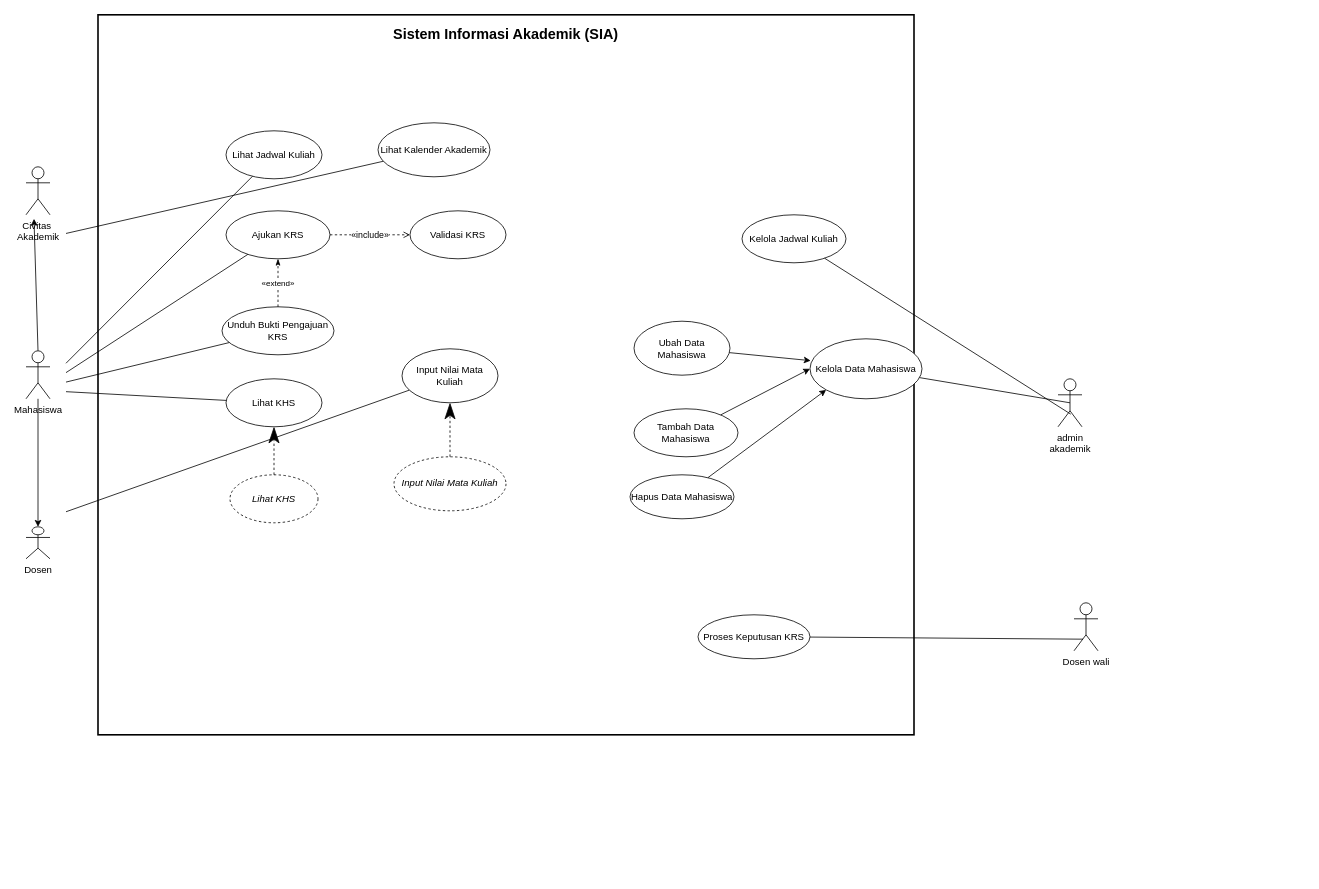
This is 03_latihan_tools/P04/SIA/P04_SIA_notasi_usecase_v01.drawio from 2406104/IFRWP5149_2406104_LabAlat, a draw.io file, before an edit. Source tidied: cells renumbered, new cells numbered last; positions are measured from the earlier drawing's top-left corner, leaving out a move shared by most shapes. Both pictures are drawn from the tidied source at 80%, with x=0, y=0 at pixel (26, 14).
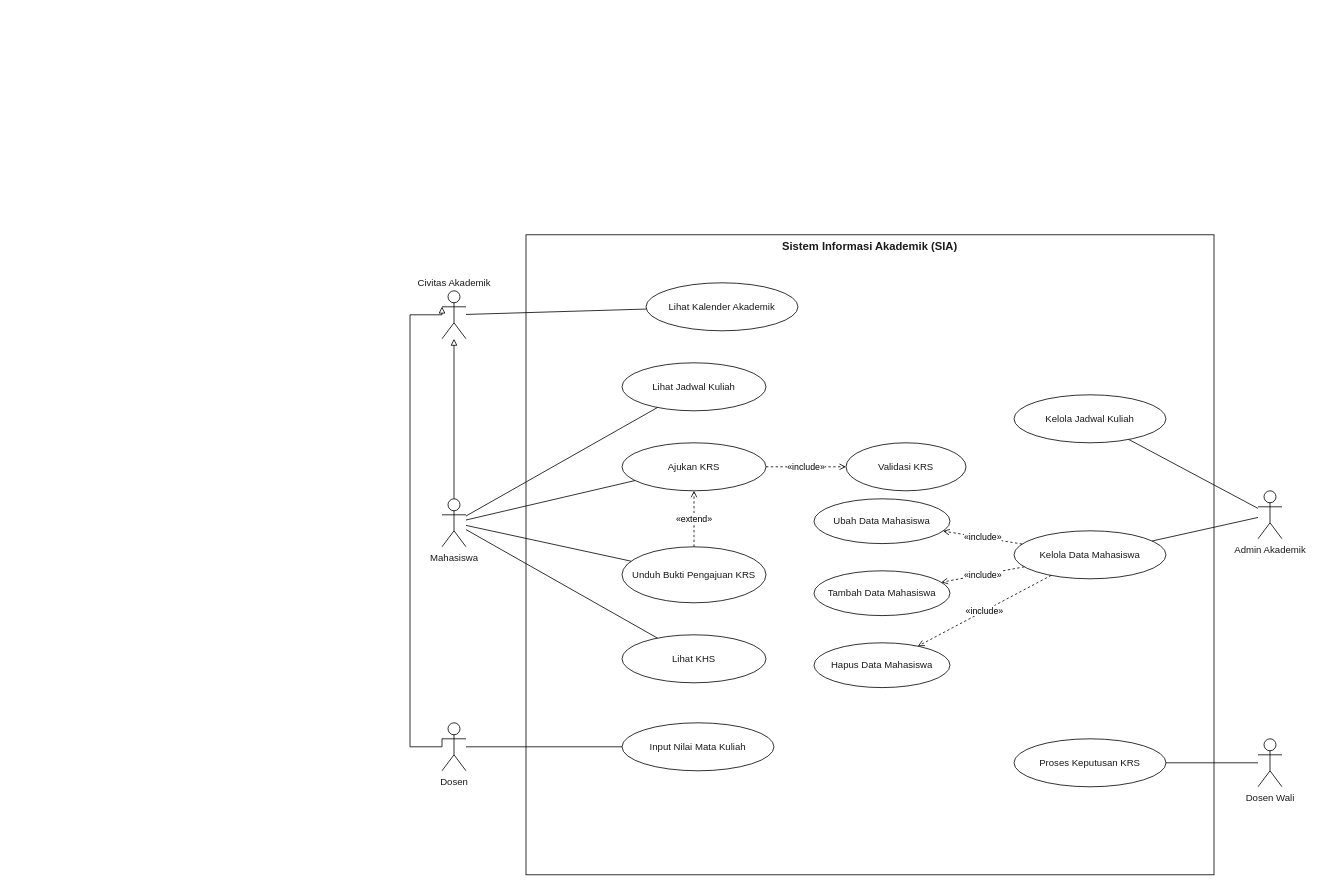
The same page after the edit.

Diff of the diagram source:
```diff
@@
-    <mxCell id="2" value="Sistem Informasi Akademik (SIA)" style="rounded=0;whiteSpace=wrap;html=1;verticalAlign=top;align=center;fontStyle=1;fontSize=18;strokeWidth=2;fillColor=none;spacingTop=8;" parent="1" vertex="1">
-      <mxGeometry x="90" width="1020" height="900" as="geometry" />
+    <mxCell id="2" value="Sistem Informasi Akademik (SIA)" style="rounded=0;whiteSpace=wrap;html=1;fillColor=none;strokeColor=#000000;verticalAlign=top;fontStyle=1;fontSize=14;fontColor=#1a1a1a;" parent="1" vertex="1">
+      <mxGeometry x="625" y="275" width="860" height="800" as="geometry" />
     </mxCell>
+    <mxCell id="32" value="Civitas Akademik" style="shape=umlActor;verticalLabelPosition=top;verticalAlign=bottom;html=1;outlineConnect=0;fontSize=12;fontColor=#1a1a1a;strokeColor=#000000;fillColor=#FFFFFF;" parent="1" vertex="1">
+      <mxGeometry x="520" y="345" width="30" height="60" as="geometry" />
+    </mxCell>
+    <mxCell id="34" value="Mahasiswa" style="shape=umlActor;verticalLabelPosition=bottom;verticalAlign=top;html=1;outlineConnect=0;fontSize=12;fontColor=#1a1a1a;strokeColor=#000000;fillColor=#FFFFFF;" parent="1" vertex="1">
+      <mxGeometry x="520" y="605" width="30" height="60" as="geometry" />
+    </mxCell>
+    <mxCell id="35" value="Dosen" style="shape=umlActor;verticalLabelPosition=bottom;verticalAlign=top;html=1;outlineConnect=0;fontSize=12;fontColor=#1a1a1a;strokeColor=#000000;fillColor=#FFFFFF;" parent="1" vertex="1">
+      <mxGeometry x="520" y="885" width="30" height="60" as="geometry" />
+    </mxCell>
+    <mxCell id="41" value="Admin Akademik" style="shape=umlActor;verticalLabelPosition=bottom;verticalAlign=top;html=1;outlineConnect=0;fontSize=12;fontColor=#1a1a1a;strokeColor=#000000;fillColor=#FFFFFF;" parent="1" vertex="1">
+      <mxGeometry x="1540" y="595" width="30" height="60" as="geometry" />
+    </mxCell>
+    <mxCell id="42" value="Dosen Wali" style="shape=umlActor;verticalLabelPosition=bottom;verticalAlign=top;html=1;outlineConnect=0;fontSize=12;fontColor=#1a1a1a;strokeColor=#000000;fillColor=#FFFFFF;" parent="1" vertex="1">
+      <mxGeometry x="1540" y="905" width="30" height="60" as="geometry" />
+    </mxCell>
+    <mxCell id="9" value="Lihat Kalender Akademik" style="ellipse;whiteSpace=wrap;html=1;fillColor=#FFFFFF;strokeColor=#000000;fontSize=12;fontColor=#1a1a1a;" parent="1" vertex="1">
+      <mxGeometry x="775" y="335" width="190" height="60" as="geometry" />
+    </mxCell>
-    <mxCell id="3" value="Lihat Jadwal Kuliah" style="ellipse;whiteSpace=wrap;html=1;fontSize=12;" parent="1" vertex="1">
-      <mxGeometry x="250" y="145" width="120" height="60" as="geometry" />
+    <mxCell id="3" value="Lihat Jadwal Kuliah" style="ellipse;whiteSpace=wrap;html=1;fillColor=#FFFFFF;strokeColor=#000000;fontSize=12;fontColor=#1a1a1a;" parent="1" vertex="1">
+      <mxGeometry x="745" y="435" width="180" height="60" as="geometry" />
     </mxCell>
-    <mxCell id="4" value="Kelola Jadwal Kuliah" style="ellipse;whiteSpace=wrap;html=1;fontSize=12;" parent="1" vertex="1">
-      <mxGeometry x="895" y="250" width="130" height="60" as="geometry" />
-    </mxCell>
-    <mxCell id="5" value="Ajukan KRS" style="ellipse;whiteSpace=wrap;html=1;fontSize=12;" parent="1" vertex="1">
-      <mxGeometry x="250" y="245" width="130" height="60" as="geometry" />
+    <mxCell id="5" value="Ajukan KRS" style="ellipse;whiteSpace=wrap;html=1;fillColor=#FFFFFF;strokeColor=#000000;fontSize=12;fontColor=#1a1a1a;" parent="1" vertex="1">
+      <mxGeometry x="745" y="535" width="180" height="60" as="geometry" />
     </mxCell>
-    <mxCell id="6" value="Validasi KRS" style="ellipse;whiteSpace=wrap;html=1;fontSize=12;" parent="1" vertex="1">
-      <mxGeometry x="480" y="245" width="120" height="60" as="geometry" />
+    <mxCell id="6" value="Validasi KRS" style="ellipse;whiteSpace=wrap;html=1;fillColor=#FFFFFF;strokeColor=#000000;fontSize=12;fontColor=#1a1a1a;" parent="1" vertex="1">
+      <mxGeometry x="1025" y="535" width="150" height="60" as="geometry" />
     </mxCell>
-    <mxCell id="7" value="Unduh Bukti Pengajuan KRS" style="ellipse;whiteSpace=wrap;html=1;fontSize=12;" parent="1" vertex="1">
-      <mxGeometry x="245" y="365" width="140" height="60" as="geometry" />
+    <mxCell id="7" value="Unduh Bukti Pengajuan KRS" style="ellipse;whiteSpace=wrap;html=1;fillColor=#FFFFFF;strokeColor=#000000;fontSize=12;fontColor=#1a1a1a;" parent="1" vertex="1">
+      <mxGeometry x="745" y="665" width="180" height="70" as="geometry" />
     </mxCell>
+    <mxCell id="43" value="Lihat KHS" style="ellipse;whiteSpace=wrap;html=1;fillColor=#FFFFFF;strokeColor=#000000;fontSize=12;fontColor=#1a1a1a;" parent="1" vertex="1">
+      <mxGeometry x="745" y="775" width="180" height="60" as="geometry" />
+    </mxCell>
+    <mxCell id="44" value="Input Nilai Mata Kuliah" style="ellipse;whiteSpace=wrap;html=1;fillColor=#FFFFFF;strokeColor=#000000;fontSize=12;fontColor=#1a1a1a;" parent="1" vertex="1">
+      <mxGeometry x="745" y="885" width="190" height="60" as="geometry" />
+    </mxCell>
+    <mxCell id="4" value="Kelola Jadwal Kuliah" style="ellipse;whiteSpace=wrap;html=1;fillColor=#FFFFFF;strokeColor=#000000;fontSize=12;fontColor=#1a1a1a;" parent="1" vertex="1">
+      <mxGeometry x="1235" y="475" width="190" height="60" as="geometry" />
+    </mxCell>
+    <mxCell id="12" value="Kelola Data Mahasiswa" style="ellipse;whiteSpace=wrap;html=1;fillColor=#FFFFFF;strokeColor=#000000;fontSize=12;fontColor=#1a1a1a;" parent="1" vertex="1">
+      <mxGeometry x="1235" y="645" width="190" height="60" as="geometry" />
+    </mxCell>
+    <mxCell id="15" value="Ubah Data Mahasiswa" style="ellipse;whiteSpace=wrap;html=1;fillColor=#FFFFFF;strokeColor=#000000;fontSize=12;fontColor=#1a1a1a;" parent="1" vertex="1">
+      <mxGeometry x="985" y="605" width="170" height="56" as="geometry" />
+    </mxCell>
+    <mxCell id="14" value="Tambah Data Mahasiswa" style="ellipse;whiteSpace=wrap;html=1;fillColor=#FFFFFF;strokeColor=#000000;fontSize=12;fontColor=#1a1a1a;" parent="1" vertex="1">
+      <mxGeometry x="985" y="695" width="170" height="56" as="geometry" />
+    </mxCell>
+    <mxCell id="17" value="Hapus Data Mahasiswa" style="ellipse;whiteSpace=wrap;html=1;fillColor=#FFFFFF;strokeColor=#000000;fontSize=12;fontColor=#1a1a1a;" parent="1" vertex="1">
+      <mxGeometry x="985" y="785" width="170" height="56" as="geometry" />
+    </mxCell>
-    <mxCell id="8" value="Proses Keputusan KRS" style="ellipse;whiteSpace=wrap;html=1;fontSize=12;" parent="1" vertex="1">
-      <mxGeometry x="840" y="750" width="140" height="55" as="geometry" />
+    <mxCell id="8" value="Proses Keputusan KRS" style="ellipse;whiteSpace=wrap;html=1;fillColor=#FFFFFF;strokeColor=#000000;fontSize=12;fontColor=#1a1a1a;" parent="1" vertex="1">
+      <mxGeometry x="1235" y="905" width="190" height="60" as="geometry" />
     </mxCell>
-    <mxCell id="9" value="Lihat Kalender Akademik" style="ellipse;whiteSpace=wrap;html=1;fontSize=12;" parent="1" vertex="1">
-      <mxGeometry x="440" y="135" width="140" height="67.5" as="geometry" />
-    </mxCell>
-    <mxCell id="10" value="Input Nilai Mata Kuliah" style="ellipse;whiteSpace=wrap;html=1;fontSize=12;" parent="1" vertex="1">
-      <mxGeometry x="470" y="417.5" width="120" height="67.5" as="geometry" />
-    </mxCell>
-    <mxCell id="11" value="Lihat KHS" style="ellipse;whiteSpace=wrap;html=1;fontSize=12;" parent="1" vertex="1">
-      <mxGeometry x="250" y="455" width="120" height="60" as="geometry" />
-    </mxCell>
-    <mxCell id="12" value="Kelola Data Mahasiswa" style="ellipse;whiteSpace=wrap;html=1;fontSize=12;" parent="1" vertex="1">
-      <mxGeometry x="980" y="405" width="140" height="75" as="geometry" />
-    </mxCell>
-    <mxCell id="13" style="edgeStyle=none;html=1;entryX=0;entryY=0.5;entryDx=0;entryDy=0;" parent="1" edge="1" source="14" target="12">
-      <mxGeometry relative="1" as="geometry" />
-    </mxCell>
-    <mxCell id="14" value="Tambah Data Mahasiswa" style="ellipse;whiteSpace=wrap;html=1;fontSize=12;" parent="1" vertex="1">
-      <mxGeometry x="760" y="492.5" width="130" height="60" as="geometry" />
-    </mxCell>
-    <mxCell id="15" value="Ubah Data Mahasiswa" style="ellipse;whiteSpace=wrap;html=1;fontSize=12;" parent="1" vertex="1">
-      <mxGeometry x="760" y="383" width="120" height="67.5" as="geometry" />
-    </mxCell>
-    <mxCell id="16" style="edgeStyle=none;html=1;entryX=0;entryY=1;entryDx=0;entryDy=0;" parent="1" edge="1" source="17" target="12">
-      <mxGeometry relative="1" as="geometry" />
-    </mxCell>
-    <mxCell id="17" value="Hapus Data Mahasiswa" style="ellipse;whiteSpace=wrap;html=1;fontSize=12;" parent="1" vertex="1">
-      <mxGeometry x="755" y="575" width="130" height="55" as="geometry" />
-    </mxCell>
-    <mxCell id="18" value="Input Nilai Mata Kuliah" style="ellipse;dashed=1;whiteSpace=wrap;html=1;fontStyle=2;fontSize=12;" parent="1" vertex="1">
-      <mxGeometry x="460" y="552.5" width="140" height="67.5" as="geometry" />
-    </mxCell>
-    <mxCell id="19" value="Lihat KHS" style="ellipse;dashed=1;whiteSpace=wrap;html=1;fontStyle=2;fontSize=12;" parent="1" vertex="1">
-      <mxGeometry x="255" y="575" width="110" height="60" as="geometry" />
-    </mxCell>
-    <mxCell id="20" style="endArrow=none;startArrow=none;html=1;" parent="1" edge="1" target="3">
-      <mxGeometry relative="1" as="geometry">
-        <mxPoint x="50" y="435.6" as="sourcePoint" />
-      </mxGeometry>
-    </mxCell>
-    <mxCell id="21" style="endArrow=none;startArrow=none;html=1;exitX=0.53;exitY=0.736;exitDx=0;exitDy=0;exitPerimeter=0;" parent="1" edge="1" source="38" target="4">
-      <mxGeometry relative="1" as="geometry" />
-    </mxCell>
-    <mxCell id="22" style="endArrow=none;startArrow=none;html=1;" parent="1" edge="1" target="5">
-      <mxGeometry relative="1" as="geometry">
-        <mxPoint x="50" y="447.3" as="sourcePoint" />
-      </mxGeometry>
-    </mxCell>
-    <mxCell id="23" style="endArrow=none;startArrow=none;html=1;" parent="1" edge="1" source="7">
-      <mxGeometry relative="1" as="geometry">
-        <mxPoint x="50" y="459.1" as="targetPoint" />
-      </mxGeometry>
-    </mxCell>
-    <mxCell id="24" style="endArrow=none;startArrow=none;html=1;" parent="1" edge="1" target="9">
-      <mxGeometry relative="1" as="geometry">
-        <mxPoint x="50" y="273.3" as="sourcePoint" />
-      </mxGeometry>
-    </mxCell>
-    <mxCell id="25" style="endArrow=none;startArrow=none;html=1;" parent="1" edge="1" target="10">
-      <mxGeometry relative="1" as="geometry">
-        <mxPoint x="50" y="621.2" as="sourcePoint" />
-      </mxGeometry>
-    </mxCell>
-    <mxCell id="26" style="endArrow=none;startArrow=none;html=1;" parent="1" edge="1" target="11">
-      <mxGeometry relative="1" as="geometry">
-        <mxPoint x="50" y="471.1" as="sourcePoint" />
-      </mxGeometry>
-    </mxCell>
-    <mxCell id="27" style="endArrow=none;startArrow=none;html=1;exitX=0.5;exitY=0.5;exitDx=0;exitDy=0;exitPerimeter=0;" parent="1" edge="1" source="38" target="12">
-      <mxGeometry relative="1" as="geometry" />
-    </mxCell>
+    <mxCell id="45" style="edgeStyle=none;html=1;endArrow=none;strokeColor=#000000;" parent="1" edge="1" source="32" target="9">
+      <mxGeometry relative="1" as="geometry" />
+    </mxCell>
+    <mxCell id="46" style="edgeStyle=none;html=1;endArrow=none;strokeColor=#000000;" parent="1" edge="1" source="34" target="3">
+      <mxGeometry relative="1" as="geometry" />
+    </mxCell>
+    <mxCell id="47" style="edgeStyle=none;html=1;endArrow=none;strokeColor=#000000;" parent="1" edge="1" source="34" target="5">
+      <mxGeometry relative="1" as="geometry" />
+    </mxCell>
+    <mxCell id="48" style="edgeStyle=none;html=1;endArrow=none;strokeColor=#000000;" parent="1" edge="1" source="34" target="7">
+      <mxGeometry relative="1" as="geometry" />
+    </mxCell>
+    <mxCell id="49" style="edgeStyle=none;html=1;endArrow=none;strokeColor=#000000;" parent="1" edge="1" source="34" target="43">
+      <mxGeometry relative="1" as="geometry" />
+    </mxCell>
+    <mxCell id="50" style="edgeStyle=none;html=1;endArrow=none;strokeColor=#000000;" parent="1" edge="1" source="35" target="44">
+      <mxGeometry relative="1" as="geometry" />
+    </mxCell>
+    <mxCell id="51" style="edgeStyle=none;html=1;endArrow=none;strokeColor=#000000;" parent="1" edge="1" source="41" target="4">
+      <mxGeometry relative="1" as="geometry" />
+    </mxCell>
+    <mxCell id="52" style="edgeStyle=none;html=1;endArrow=none;strokeColor=#000000;" parent="1" edge="1" source="41" target="12">
+      <mxGeometry relative="1" as="geometry" />
+    </mxCell>
+    <mxCell id="53" style="edgeStyle=none;html=1;endArrow=none;strokeColor=#000000;" parent="1" edge="1" source="42" target="8">
+      <mxGeometry relative="1" as="geometry" />
+    </mxCell>
-    <mxCell id="28" value="«include»" style="dashed=1;endArrow=open;endFill=0;html=1;fontSize=11;labelBackgroundColor=#ffffff;" parent="1" edge="1" source="5" target="6">
+    <mxCell id="28" value="«include»" style="edgeStyle=none;html=1;dashed=1;endArrow=open;endFill=0;strokeColor=#000000;fontSize=11;labelBackgroundColor=default;" parent="1" edge="1" source="5" target="6">
       <mxGeometry relative="1" as="geometry" />
     </mxCell>
-    <mxCell id="29" value="«extend»" style="dashed=1;endArrow=classicThin;endFill=1;html=1;fontSize=10;labelBackgroundColor=#ffffff;" parent="1" edge="1" source="7" target="5">
+    <mxCell id="29" value="«extend»" style="edgeStyle=none;html=1;dashed=1;endArrow=open;endFill=0;strokeColor=#000000;fontSize=11;labelBackgroundColor=default;" parent="1" edge="1" source="7" target="5">
       <mxGeometry relative="1" as="geometry" />
     </mxCell>
-    <mxCell id="30" style="dashed=1;endArrow=classicThin;endFill=1;endSize=18;html=1;" parent="1" edge="1" source="18" target="10">
-      <mxGeometry relative="1" as="geometry" />
-    </mxCell>
-    <mxCell id="31" style="dashed=1;endArrow=classicThin;endFill=1;endSize=18;html=1;" parent="1" edge="1" source="19" target="11">
-      <mxGeometry relative="1" as="geometry" />
-    </mxCell>
-    <mxCell id="32" value="Civitas&amp;nbsp;&lt;div&gt;Akademik&lt;/div&gt;" style="shape=umlActor;verticalLabelPosition=bottom;verticalAlign=top;html=1;" parent="1" vertex="1">
-      <mxGeometry y="190" width="30" height="60" as="geometry" />
-    </mxCell>
-    <mxCell id="33" style="edgeStyle=none;html=1;exitX=0.5;exitY=0;exitDx=0;exitDy=0;exitPerimeter=0;" parent="1" edge="1" source="34">
-      <mxGeometry relative="1" as="geometry">
-        <mxPoint x="10" y="255" as="targetPoint" />
-      </mxGeometry>
-    </mxCell>
-    <mxCell id="34" value="Mahasiswa" style="shape=umlActor;verticalLabelPosition=bottom;verticalAlign=top;html=1;" parent="1" vertex="1">
-      <mxGeometry y="420" width="30" height="60" as="geometry" />
-    </mxCell>
-    <mxCell id="35" value="Dosen" style="shape=umlActor;verticalLabelPosition=bottom;verticalAlign=top;html=1;" parent="1" vertex="1">
-      <mxGeometry y="640" width="30" height="40" as="geometry" />
-    </mxCell>
-    <mxCell id="36" style="edgeStyle=none;html=1;entryX=0.5;entryY=0;entryDx=0;entryDy=0;entryPerimeter=0;" parent="1" edge="1" source="34" target="35">
-      <mxGeometry relative="1" as="geometry" />
-    </mxCell>
-    <mxCell id="37" style="edgeStyle=none;html=1;entryX=0.006;entryY=0.364;entryDx=0;entryDy=0;entryPerimeter=0;" parent="1" edge="1" source="15" target="12">
-      <mxGeometry relative="1" as="geometry" />
-    </mxCell>
-    <mxCell id="38" value="admin&lt;div&gt;akademik&lt;/div&gt;" style="shape=umlActor;verticalLabelPosition=bottom;verticalAlign=top;html=1;" parent="1" vertex="1">
-      <mxGeometry x="1290" y="455" width="30" height="60" as="geometry" />
-    </mxCell>
-    <mxCell id="39" value="Dosen wali" style="shape=umlActor;verticalLabelPosition=bottom;verticalAlign=top;html=1;" parent="1" vertex="1">
-      <mxGeometry x="1310" y="735" width="30" height="60" as="geometry" />
-    </mxCell>
-    <mxCell id="40" style="edgeStyle=none;html=1;entryX=0.378;entryY=0.758;entryDx=0;entryDy=0;entryPerimeter=0;startArrow=none;startFill=0;endArrow=none;endFill=0;" parent="1" edge="1" source="8" target="39">
-      <mxGeometry relative="1" as="geometry" />
-    </mxCell>
+    <mxCell id="54" value="«include»" style="edgeStyle=none;html=1;dashed=1;endArrow=open;endFill=0;strokeColor=#000000;fontSize=11;labelBackgroundColor=default;" parent="1" edge="1" source="12" target="15">
+      <mxGeometry relative="1" as="geometry" />
+    </mxCell>
+    <mxCell id="55" value="«include»" style="edgeStyle=none;html=1;dashed=1;endArrow=open;endFill=0;strokeColor=#000000;fontSize=11;labelBackgroundColor=default;" parent="1" edge="1" source="12" target="14">
+      <mxGeometry relative="1" as="geometry" />
+    </mxCell>
+    <mxCell id="56" value="«include»" style="edgeStyle=none;html=1;dashed=1;endArrow=open;endFill=0;strokeColor=#000000;fontSize=11;labelBackgroundColor=default;" parent="1" edge="1" source="12" target="17">
+      <mxGeometry relative="1" as="geometry" />
+    </mxCell>
+    <mxCell id="57" style="edgeStyle=orthogonalEdgeStyle;rounded=0;html=1;endArrow=block;endFill=0;strokeColor=#000000;exitX=0.5;exitY=0;exitDx=0;exitDy=0;entryX=0.5;entryY=1;entryDx=0;entryDy=0;" parent="1" edge="1" source="34" target="32">
+      <mxGeometry relative="1" as="geometry" />
+    </mxCell>
+    <mxCell id="58" style="edgeStyle=orthogonalEdgeStyle;rounded=0;html=1;endArrow=block;endFill=0;strokeColor=#000000;exitX=0;exitY=0.33;exitDx=0;exitDy=0;entryX=0;entryY=0.33;entryDx=0;entryDy=0;" parent="1" edge="1" source="35" target="32">
+      <mxGeometry relative="1" as="geometry">
+        <Array as="points">
+          <mxPoint x="480" y="915" />
+          <mxPoint x="480" y="375" />
+        </Array>
+      </mxGeometry>
+    </mxCell>
```
